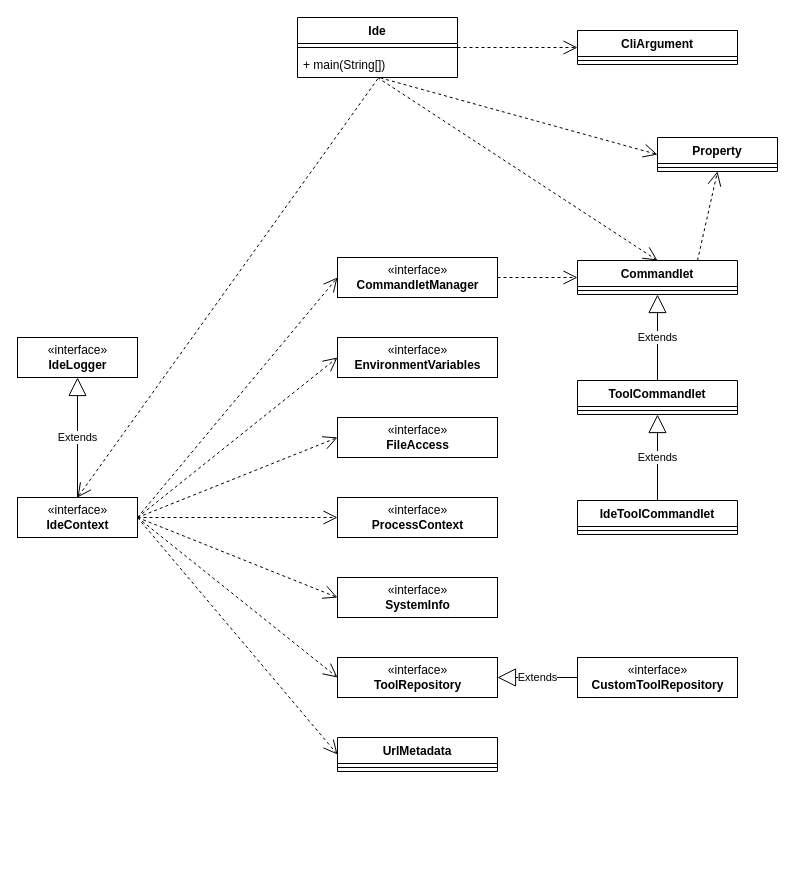
devonfw/IDEasy keeps this draw.io diagram as documentation/images/Design.drawio. Above is the earlier version. Source tidied: cells renumbered, new cells numbered last; positions are measured from the earlier drawing's top-left corner, leaving out a move shared by most shapes. Both pictures are drawn from the tidied source at 100%, with x=0, y=0 at pixel (17, 17).
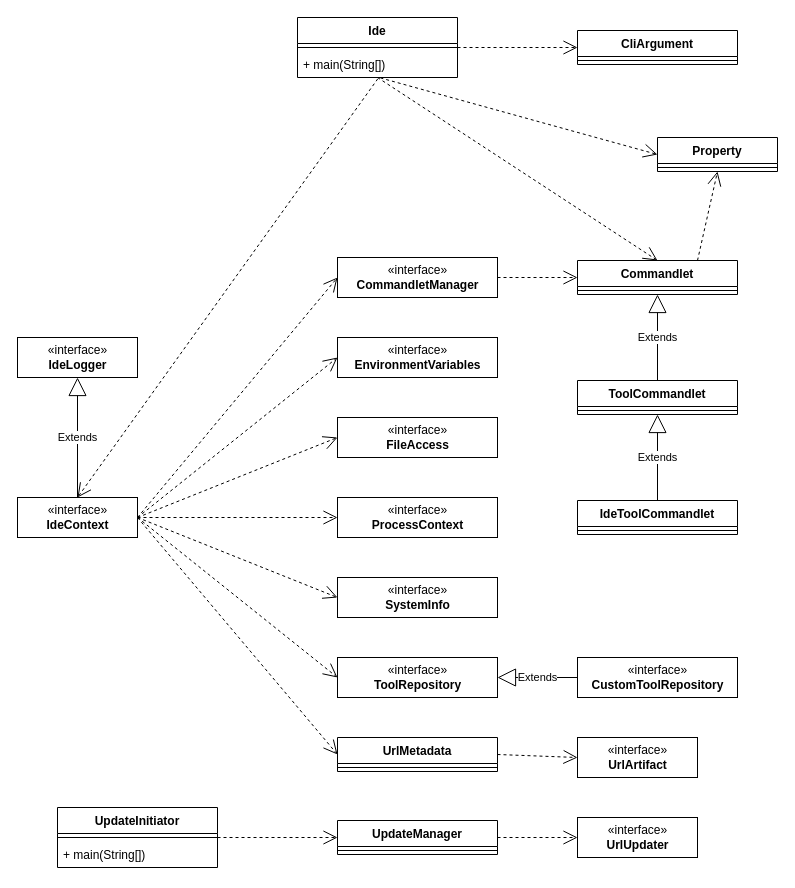
The same diagram, later.

Unchanged cells that the change refers to:
```xml
<mxCell id="15" value="UrlMetadata" style="swimlane;fontStyle=1;align=center;verticalAlign=top;horizontal=1;startSize=26;" parent="1" vertex="1">
  <mxGeometry x="320" y="720" width="160" height="34" as="geometry" />
</mxCell>
```

What changed in the source:
```diff
@@
+    <mxCell id="43" value="«interface»&lt;br&gt;&lt;b&gt;UrlArtifact&lt;/b&gt;" style="html=1;" parent="1" vertex="1">
+      <mxGeometry x="560" y="720" width="120" height="40" as="geometry" />
+    </mxCell>
+    <mxCell id="44" style="endArrow=open;endSize=12;dashed=1;html=1;rounded=0;exitX=1;exitY=0.5;exitDx=0;exitDy=0;entryX=0;entryY=0.5;entryDx=0;entryDy=0;" parent="1" edge="1" source="15" target="43">
+      <mxGeometry relative="1" as="geometry" />
+    </mxCell>
+    <mxCell id="45" value="«interface»&lt;br&gt;&lt;b&gt;UrlUpdater&lt;/b&gt;" style="html=1;" parent="1" vertex="1">
+      <mxGeometry x="560" y="800" width="120" height="40" as="geometry" />
+    </mxCell>
+    <mxCell id="46" value="UpdateInitiator" style="swimlane;fontStyle=1;align=center;verticalAlign=top;horizontal=1;startSize=26;" parent="1" vertex="1">
+      <mxGeometry x="40" y="790" width="160" height="60" as="geometry" />
+    </mxCell>
+    <mxCell id="47" style="line;strokeWidth=1;fillColor=none;align=left;verticalAlign=middle;spacingTop=-1;spacingLeft=3;spacingRight=3;labelPosition=right;strokeColor=inherit;" parent="46" vertex="1">
+      <mxGeometry y="26" width="160" height="8" as="geometry" />
+    </mxCell>
+    <mxCell id="48" value="+ main(String[])" style="text;strokeColor=none;fillColor=none;align=left;verticalAlign=top;spacingLeft=4;spacingRight=4;overflow=hidden;" parent="46" vertex="1">
+      <mxGeometry y="34" width="160" height="26" as="geometry" />
+    </mxCell>
+    <mxCell id="49" value="UpdateManager" style="swimlane;fontStyle=1;align=center;verticalAlign=top;horizontal=1;startSize=26;" parent="1" vertex="1">
+      <mxGeometry x="320" y="803" width="160" height="34" as="geometry" />
+    </mxCell>
+    <mxCell id="50" style="line;strokeWidth=1;fillColor=none;align=left;verticalAlign=middle;spacingTop=-1;spacingLeft=3;spacingRight=3;labelPosition=right;strokeColor=inherit;" parent="49" vertex="1">
+      <mxGeometry y="26" width="160" height="8" as="geometry" />
+    </mxCell>
+    <mxCell id="51" style="endArrow=open;endSize=12;dashed=1;html=1;rounded=0;exitX=1;exitY=0.5;exitDx=0;exitDy=0;entryX=0;entryY=0.5;entryDx=0;entryDy=0;" parent="1" edge="1" source="49" target="45">
+      <mxGeometry relative="1" as="geometry" />
+    </mxCell>
+    <mxCell id="52" style="endArrow=open;endSize=12;dashed=1;html=1;rounded=0;exitX=1;exitY=0.5;exitDx=0;exitDy=0;entryX=0;entryY=0.5;entryDx=0;entryDy=0;" parent="1" edge="1" source="46" target="49">
+      <mxGeometry relative="1" as="geometry" />
+    </mxCell>
```
